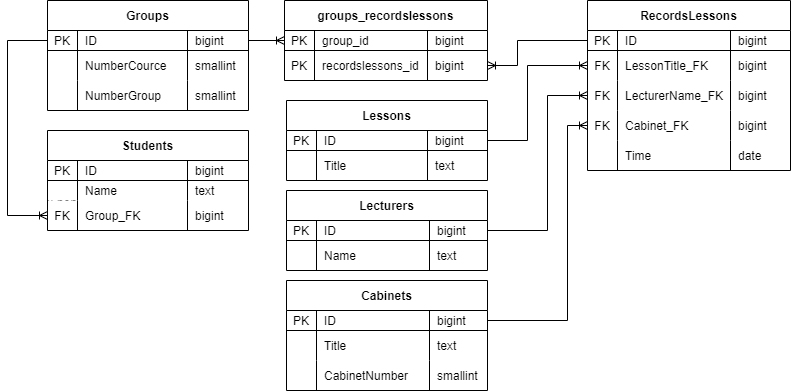
Above: scheme_sql.png in Piratvc/TimetableUniversity_learn (draw.io), before the change. Source tidied: cells renumbered, new cells last; positions are measured from the earlier drawing's top-left corner, leaving out a move shared by most shapes.
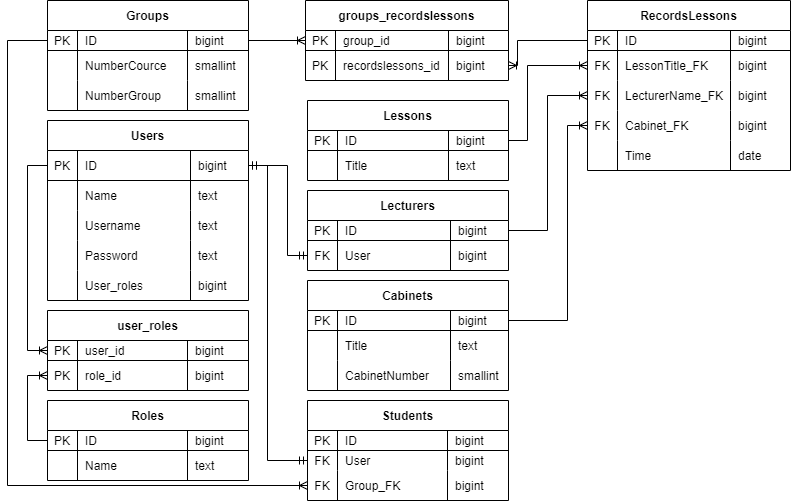
The same diagram one commit later.

Change to the diagram source:
```diff
@@ -3,7 +3,7 @@
     <mxCell id="0" />
     <mxCell id="1" parent="0" />
     <mxCell id="2" value="Students" style="shape=table;startSize=30;rowLines=0;fontStyle=1;align=center;" parent="1" vertex="1">
-      <mxGeometry x="40" y="130" width="201" height="100" as="geometry" />
+      <mxGeometry x="279" y="400" width="201" height="100" as="geometry" />
     </mxCell>
     <mxCell id="3" style="shape=tableRow;horizontal=0;startSize=0;swimlaneHead=0;swimlaneBody=0;fillColor=none;top=0;left=0;right=0;bottom=1;" parent="2" vertex="1">
       <mxGeometry y="30" width="201" height="20" as="geometry" />
@@ -20,13 +20,13 @@
     <mxCell id="7" style="shape=tableRow;horizontal=0;startSize=0;swimlaneHead=0;swimlaneBody=0;fillColor=none;points=[[0,0.5],[1,0.5]];portConstraint=eastwest;top=0;left=0;right=0;bottom=0;" parent="2" vertex="1">
       <mxGeometry y="50" width="201" height="20" as="geometry" />
     </mxCell>
-    <mxCell id="8" value="&#10;&lt;span style=&quot;color: rgb(0, 0, 0); font-family: Helvetica; font-size: 12px; font-style: normal; font-variant-ligatures: normal; font-variant-caps: normal; font-weight: 400; letter-spacing: normal; orphans: 2; text-align: left; text-indent: 0px; text-transform: none; widows: 2; word-spacing: 0px; -webkit-text-stroke-width: 0px; background-color: rgb(248, 249, 250); text-decoration-thickness: initial; text-decoration-style: initial; text-decoration-color: initial; float: none; display: inline !important;&quot;&gt;text&lt;/span&gt;&#10;&#10;" style="shape=partialRectangle;fillColor=none;top=0;left=0;bottom=0;right=0;overflow=hidden;" parent="7" vertex="1">
+    <mxCell id="8" value="FK" style="shape=partialRectangle;fillColor=none;top=0;left=0;bottom=0;right=0;overflow=hidden;" parent="7" vertex="1">
       <mxGeometry width="30" height="20" as="geometry" />
     </mxCell>
-    <mxCell id="9" value="Name" style="shape=partialRectangle;fillColor=none;top=0;left=0;bottom=0;right=0;align=left;spacingLeft=6;overflow=hidden;" parent="7" vertex="1">
+    <mxCell id="9" value="User" style="shape=partialRectangle;fillColor=none;top=0;left=0;bottom=0;right=0;align=left;spacingLeft=6;overflow=hidden;" parent="7" vertex="1">
       <mxGeometry x="30" width="110" height="20" as="geometry" />
     </mxCell>
-    <mxCell id="10" value="text" style="shape=partialRectangle;fillColor=none;top=0;left=0;bottom=0;right=0;align=left;spacingLeft=6;overflow=hidden;" parent="7" vertex="1">
+    <mxCell id="10" value="bigint" style="shape=partialRectangle;fillColor=none;top=0;left=0;bottom=0;right=0;align=left;spacingLeft=6;overflow=hidden;" parent="7" vertex="1">
       <mxGeometry x="140" width="61" height="20" as="geometry" />
     </mxCell>
     <mxCell id="11" style="shape=tableRow;horizontal=0;startSize=0;swimlaneHead=0;swimlaneBody=0;fillColor=none;points=[[0,0.5],[1,0.5]];portConstraint=eastwest;top=0;left=0;right=0;bottom=0;" parent="2" vertex="1">
@@ -59,13 +59,13 @@
     <mxCell id="20" style="shape=tableRow;horizontal=0;startSize=0;swimlaneHead=0;swimlaneBody=0;fillColor=none;points=[[0,0.5],[1,0.5]];portConstraint=eastwest;top=0;left=0;right=0;bottom=0;strokeColor=default;" parent="15" vertex="1">
       <mxGeometry y="50" width="201" height="30" as="geometry" />
     </mxCell>
-    <mxCell id="21" style="shape=partialRectangle;fillColor=none;top=0;left=0;bottom=0;right=0;overflow=hidden;strokeColor=default;" parent="20" vertex="1">
+    <mxCell id="21" value="FK" style="shape=partialRectangle;fillColor=none;top=0;left=0;bottom=0;right=0;overflow=hidden;strokeColor=default;" parent="20" vertex="1">
       <mxGeometry width="30" height="30" as="geometry" />
     </mxCell>
-    <mxCell id="22" value="Name" style="shape=partialRectangle;fillColor=none;top=0;left=0;bottom=0;right=0;align=left;spacingLeft=6;overflow=hidden;strokeColor=default;" parent="20" vertex="1">
+    <mxCell id="22" value="User" style="shape=partialRectangle;fillColor=none;top=0;left=0;bottom=0;right=0;align=left;spacingLeft=6;overflow=hidden;strokeColor=default;" parent="20" vertex="1">
       <mxGeometry x="30" width="113" height="30" as="geometry" />
     </mxCell>
-    <mxCell id="23" value="text" style="shape=partialRectangle;fillColor=none;top=0;left=0;bottom=0;right=0;align=left;spacingLeft=6;overflow=hidden;strokeColor=default;" parent="20" vertex="1">
+    <mxCell id="23" value="bigint" style="shape=partialRectangle;fillColor=none;top=0;left=0;bottom=0;right=0;align=left;spacingLeft=6;overflow=hidden;strokeColor=default;" parent="20" vertex="1">
       <mxGeometry x="143" width="58" height="30" as="geometry" />
     </mxCell>
     <mxCell id="24" value="Lessons" style="shape=table;startSize=30;rowLines=0;fontStyle=1;align=center;strokeColor=default;" parent="1" vertex="1">
@@ -96,7 +96,7 @@
       <mxGeometry x="141" width="60" height="30" as="geometry" />
     </mxCell>
     <mxCell id="33" value="RecordsLessons" style="shape=table;startSize=30;rowLines=0;fontStyle=1;align=center;strokeColor=default;" parent="1" vertex="1">
-      <mxGeometry x="580" width="203" height="170" as="geometry" />
+      <mxGeometry x="559" width="203" height="170" as="geometry" />
     </mxCell>
     <mxCell id="34" style="shape=tableRow;horizontal=0;startSize=0;swimlaneHead=0;swimlaneBody=0;fillColor=none;points=[[0,0.5],[1,0.5]];portConstraint=eastwest;top=0;left=0;right=0;bottom=1;strokeColor=default;" parent="33" vertex="1">
       <mxGeometry y="30" width="203" height="20" as="geometry" />
@@ -159,7 +159,7 @@
       <mxGeometry x="143" width="60" height="30" as="geometry" />
     </mxCell>
     <mxCell id="54" value="Groups" style="shape=table;startSize=30;rowLines=0;fontStyle=1;align=center;" parent="1" vertex="1">
-      <mxGeometry x="40" width="201" height="110" as="geometry" />
+      <mxGeometry x="19" width="201" height="110" as="geometry" />
     </mxCell>
     <mxCell id="55" style="shape=tableRow;horizontal=0;startSize=0;swimlaneHead=0;swimlaneBody=0;fillColor=none;points=[[0,0.5],[1,0.5]];portConstraint=eastwest;top=0;left=0;right=0;bottom=1;" parent="54" vertex="1">
       <mxGeometry y="30" width="201" height="20" as="geometry" />
@@ -236,10 +236,10 @@
     <mxCell id="79" value="smallint" style="shape=partialRectangle;fillColor=none;top=0;left=0;bottom=0;right=0;align=left;spacingLeft=6;overflow=hidden;" parent="76" vertex="1">
       <mxGeometry x="143" width="58" height="30" as="geometry" />
     </mxCell>
-    <mxCell id="80" style="edgeStyle=elbowEdgeStyle;fontSize=12;html=1;endArrow=ERoneToMany;rounded=0;entryX=0;entryY=0.5;entryDx=0;entryDy=0;exitX=0;exitY=0.5;exitDx=0;exitDy=0;elbow=vertical;" parent="1" edge="1" source="55" target="11">
+    <mxCell id="80" style="fontSize=12;html=1;endArrow=ERoneToMany;rounded=0;entryX=0;entryY=0.5;entryDx=0;entryDy=0;exitX=0;exitY=0.5;exitDx=0;exitDy=0;edgeStyle=elbowEdgeStyle;" parent="1" edge="1" source="55" target="11">
       <mxGeometry relative="1" as="geometry">
         <Array as="points">
-          <mxPoint y="150" />
+          <mxPoint x="-21" y="220" />
         </Array>
       </mxGeometry>
     </mxCell>
@@ -273,34 +273,182 @@
     <mxCell id="90" style="fontSize=12;html=1;endArrow=ERoneToMany;rounded=0;entryX=0;entryY=0.5;entryDx=0;entryDy=0;exitX=1;exitY=0.5;exitDx=0;exitDy=0;edgeStyle=elbowEdgeStyle;" parent="1" edge="1" source="25" target="38">
       <mxGeometry relative="1" as="geometry">
         <Array as="points">
-          <mxPoint x="520" y="100" />
+          <mxPoint x="499" y="100" />
         </Array>
       </mxGeometry>
     </mxCell>
     <mxCell id="91" style="fontSize=12;html=1;endArrow=ERoneToMany;rounded=0;entryX=0;entryY=0.5;entryDx=0;entryDy=0;exitX=1;exitY=0.5;exitDx=0;exitDy=0;edgeStyle=elbowEdgeStyle;" parent="1" edge="1" source="16" target="42">
       <mxGeometry relative="1" as="geometry">
         <Array as="points">
-          <mxPoint x="540" y="170" />
+          <mxPoint x="519" y="170" />
         </Array>
       </mxGeometry>
     </mxCell>
-    <mxCell id="92" style="fontSize=12;html=1;endArrow=ERoneToMany;rounded=0;exitX=1;exitY=0.5;exitDx=0;exitDy=0;edgeStyle=elbowEdgeStyle;entryX=0;entryY=0.5;entryDx=0;entryDy=0;" parent="1" edge="1" source="68" target="46">
+    <mxCell id="92" style="fontSize=12;html=1;endArrow=ERoneToMany;rounded=0;edgeStyle=elbowEdgeStyle;entryX=0;entryY=0.5;entryDx=0;entryDy=0;exitX=1;exitY=0.5;exitDx=0;exitDy=0;" parent="1" edge="1" source="68" target="46">
       <mxGeometry relative="1" as="geometry">
         <Array as="points">
-          <mxPoint x="560" y="230" />
+          <mxPoint x="539" y="230" />
         </Array>
       </mxGeometry>
     </mxCell>
     <mxCell id="93" style="fontSize=12;html=1;endArrow=ERoneToMany;rounded=0;exitX=0;exitY=0.5;exitDx=0;exitDy=0;elbow=vertical;edgeStyle=orthogonalEdgeStyle;entryX=1;entryY=0.5;entryDx=0;entryDy=0;" parent="1" edge="1" source="34" target="86">
       <mxGeometry relative="1" as="geometry">
         <Array as="points">
-          <mxPoint x="510" y="40" />
-          <mxPoint x="510" y="65" />
+          <mxPoint x="489" y="40" />
+          <mxPoint x="489" y="65" />
         </Array>
       </mxGeometry>
     </mxCell>
     <mxCell id="94" style="fontSize=12;html=1;endArrow=ERoneToMany;rounded=0;entryX=0;entryY=0.5;entryDx=0;entryDy=0;exitX=1;exitY=0.5;exitDx=0;exitDy=0;elbow=vertical;" parent="1" edge="1" source="55" target="82">
       <mxGeometry relative="1" as="geometry" />
     </mxCell>
+    <mxCell id="95" value="Users" style="shape=table;startSize=30;rowLines=0;fontStyle=1;align=center;strokeColor=default;" parent="1" vertex="1">
+      <mxGeometry x="19" y="120" width="201" height="180" as="geometry" />
+    </mxCell>
+    <mxCell id="96" style="shape=tableRow;horizontal=0;startSize=0;swimlaneHead=0;swimlaneBody=0;fillColor=none;points=[[0,0.5],[1,0.5]];portConstraint=eastwest;top=0;left=0;right=0;bottom=1;strokeColor=default;" parent="95" vertex="1">
+      <mxGeometry y="30" width="201" height="30" as="geometry" />
+    </mxCell>
+    <mxCell id="97" value="PK" style="shape=partialRectangle;fillColor=none;top=0;left=0;bottom=0;right=0;fontStyle=0;overflow=hidden;strokeColor=default;" parent="96" vertex="1">
+      <mxGeometry width="30" height="30" as="geometry" />
+    </mxCell>
+    <mxCell id="98" value="ID" style="shape=partialRectangle;fillColor=none;top=0;left=0;bottom=0;right=0;align=left;spacingLeft=6;fontStyle=0;overflow=hidden;strokeColor=default;" parent="96" vertex="1">
+      <mxGeometry x="30" width="113" height="30" as="geometry" />
+    </mxCell>
+    <mxCell id="99" value="bigint" style="shape=partialRectangle;fillColor=none;top=0;left=0;bottom=0;right=0;align=left;spacingLeft=6;fontStyle=0;overflow=hidden;strokeColor=default;" parent="96" vertex="1">
+      <mxGeometry x="143" width="58" height="30" as="geometry" />
+    </mxCell>
+    <mxCell id="100" style="shape=tableRow;horizontal=0;startSize=0;swimlaneHead=0;swimlaneBody=0;fillColor=none;top=0;left=0;right=0;bottom=0;strokeColor=default;" parent="95" vertex="1">
+      <mxGeometry y="60" width="201" height="30" as="geometry" />
+    </mxCell>
+    <mxCell id="101" style="shape=partialRectangle;fillColor=none;top=0;left=0;bottom=0;right=0;overflow=hidden;strokeColor=default;" parent="100" vertex="1">
+      <mxGeometry width="30" height="30" as="geometry" />
+    </mxCell>
+    <mxCell id="102" value="Name" style="shape=partialRectangle;fillColor=none;top=0;left=0;bottom=0;right=0;align=left;spacingLeft=6;overflow=hidden;strokeColor=default;" parent="100" vertex="1">
+      <mxGeometry x="30" width="113" height="30" as="geometry" />
+    </mxCell>
+    <mxCell id="103" value="text" style="shape=partialRectangle;fillColor=none;top=0;left=0;bottom=0;right=0;align=left;spacingLeft=6;overflow=hidden;strokeColor=default;" parent="100" vertex="1">
+      <mxGeometry x="143" width="58" height="30" as="geometry" />
+    </mxCell>
+    <mxCell id="104" style="shape=tableRow;horizontal=0;startSize=0;swimlaneHead=0;swimlaneBody=0;fillColor=none;top=0;left=0;right=0;bottom=0;strokeColor=default;" parent="95" vertex="1">
+      <mxGeometry y="90" width="201" height="30" as="geometry" />
+    </mxCell>
+    <mxCell id="105" style="shape=partialRectangle;fillColor=none;top=0;left=0;bottom=0;right=0;overflow=hidden;strokeColor=default;" parent="104" vertex="1">
+      <mxGeometry width="30" height="30" as="geometry" />
+    </mxCell>
+    <mxCell id="106" value="Username" style="shape=partialRectangle;fillColor=none;top=0;left=0;bottom=0;right=0;align=left;spacingLeft=6;overflow=hidden;strokeColor=default;" parent="104" vertex="1">
+      <mxGeometry x="30" width="113" height="30" as="geometry" />
+    </mxCell>
+    <mxCell id="107" value="text" style="shape=partialRectangle;fillColor=none;top=0;left=0;bottom=0;right=0;align=left;spacingLeft=6;overflow=hidden;strokeColor=default;" parent="104" vertex="1">
+      <mxGeometry x="143" width="58" height="30" as="geometry" />
+    </mxCell>
+    <mxCell id="108" style="shape=tableRow;horizontal=0;startSize=0;swimlaneHead=0;swimlaneBody=0;fillColor=none;top=0;left=0;right=0;bottom=0;strokeColor=default;" parent="95" vertex="1">
+      <mxGeometry y="120" width="201" height="30" as="geometry" />
+    </mxCell>
+    <mxCell id="109" style="shape=partialRectangle;fillColor=none;top=0;left=0;bottom=0;right=0;overflow=hidden;strokeColor=default;" parent="108" vertex="1">
+      <mxGeometry width="30" height="30" as="geometry" />
+    </mxCell>
+    <mxCell id="110" value="Password" style="shape=partialRectangle;fillColor=none;top=0;left=0;bottom=0;right=0;align=left;spacingLeft=6;overflow=hidden;strokeColor=default;" parent="108" vertex="1">
+      <mxGeometry x="30" width="113" height="30" as="geometry" />
+    </mxCell>
+    <mxCell id="111" value="text" style="shape=partialRectangle;fillColor=none;top=0;left=0;bottom=0;right=0;align=left;spacingLeft=6;overflow=hidden;strokeColor=default;" parent="108" vertex="1">
+      <mxGeometry x="143" width="58" height="30" as="geometry" />
+    </mxCell>
+    <mxCell id="112" style="shape=tableRow;horizontal=0;startSize=0;swimlaneHead=0;swimlaneBody=0;fillColor=none;top=0;left=0;right=0;bottom=0;strokeColor=default;" parent="95" vertex="1">
+      <mxGeometry y="150" width="201" height="30" as="geometry" />
+    </mxCell>
+    <mxCell id="113" style="shape=partialRectangle;fillColor=none;top=0;left=0;bottom=0;right=0;overflow=hidden;strokeColor=default;" parent="112" vertex="1">
+      <mxGeometry width="30" height="30" as="geometry" />
+    </mxCell>
+    <mxCell id="114" value="User_roles" style="shape=partialRectangle;fillColor=none;top=0;left=0;bottom=0;right=0;align=left;spacingLeft=6;overflow=hidden;strokeColor=default;" parent="112" vertex="1">
+      <mxGeometry x="30" width="113" height="30" as="geometry" />
+    </mxCell>
+    <mxCell id="115" value="bigint" style="shape=partialRectangle;fillColor=none;top=0;left=0;bottom=0;right=0;align=left;spacingLeft=6;overflow=hidden;strokeColor=default;" parent="112" vertex="1">
+      <mxGeometry x="143" width="58" height="30" as="geometry" />
+    </mxCell>
+    <mxCell id="116" style="edgeStyle=elbowEdgeStyle;fontSize=12;html=1;endArrow=ERmandOne;startArrow=ERmandOne;rounded=0;strokeColor=default;exitX=1;exitY=0.5;exitDx=0;exitDy=0;entryX=0;entryY=0.5;entryDx=0;entryDy=0;" parent="1" edge="1" source="96" target="20">
+      <mxGeometry relative="1" as="geometry">
+        <Array as="points">
+          <mxPoint x="259" y="220" />
+        </Array>
+      </mxGeometry>
+    </mxCell>
+    <mxCell id="117" style="edgeStyle=elbowEdgeStyle;fontSize=12;html=1;endArrow=ERmandOne;startArrow=ERmandOne;rounded=0;strokeColor=default;exitX=1;exitY=0.5;exitDx=0;exitDy=0;entryX=0;entryY=0.5;entryDx=0;entryDy=0;" parent="1" edge="1" source="96" target="7">
+      <mxGeometry relative="1" as="geometry">
+        <Array as="points">
+          <mxPoint x="239" y="350" />
+        </Array>
+      </mxGeometry>
+    </mxCell>
+    <mxCell id="118" style="edgeStyle=elbowEdgeStyle;rounded=0;orthogonalLoop=1;jettySize=auto;html=1;exitX=0.75;exitY=0;exitDx=0;exitDy=0;strokeColor=default;" parent="1" edge="1" source="2" target="2">
+      <mxGeometry relative="1" as="geometry" />
+    </mxCell>
+    <mxCell id="119" value="Roles" style="shape=table;startSize=30;rowLines=0;fontStyle=1;align=center;" parent="1" vertex="1">
+      <mxGeometry x="19" y="400" width="201" height="80" as="geometry" />
+    </mxCell>
+    <mxCell id="120" style="shape=tableRow;horizontal=0;startSize=0;swimlaneHead=0;swimlaneBody=0;fillColor=none;points=[[0,0.5],[1,0.5]];portConstraint=eastwest;top=0;left=0;right=0;bottom=1;" parent="119" vertex="1">
+      <mxGeometry y="30" width="201" height="20" as="geometry" />
+    </mxCell>
+    <mxCell id="121" value="PK" style="shape=partialRectangle;fillColor=none;top=0;left=0;bottom=0;right=0;fontStyle=0;overflow=hidden;" parent="120" vertex="1">
+      <mxGeometry width="30" height="20" as="geometry" />
+    </mxCell>
+    <mxCell id="122" value="ID" style="shape=partialRectangle;fillColor=none;top=0;left=0;bottom=0;right=0;align=left;spacingLeft=6;fontStyle=0;overflow=hidden;strokeColor=default;" parent="120" vertex="1">
+      <mxGeometry x="30" width="110" height="20" as="geometry" />
+    </mxCell>
+    <mxCell id="123" value="bigint" style="shape=partialRectangle;fillColor=none;top=0;left=0;bottom=0;right=0;align=left;spacingLeft=6;fontStyle=0;overflow=hidden;strokeColor=default;" parent="120" vertex="1">
+      <mxGeometry x="140" width="61" height="20" as="geometry" />
+    </mxCell>
+    <mxCell id="124" style="shape=tableRow;horizontal=0;startSize=0;swimlaneHead=0;swimlaneBody=0;fillColor=none;top=0;left=0;right=0;bottom=0;" parent="119" vertex="1">
+      <mxGeometry y="50" width="201" height="30" as="geometry" />
+    </mxCell>
+    <mxCell id="125" style="shape=partialRectangle;fillColor=none;top=0;left=0;bottom=0;right=0;overflow=hidden;" parent="124" vertex="1">
+      <mxGeometry width="30" height="30" as="geometry" />
+    </mxCell>
+    <mxCell id="126" value="Name" style="shape=partialRectangle;fillColor=none;top=0;left=0;bottom=0;right=0;align=left;spacingLeft=6;overflow=hidden;" parent="124" vertex="1">
+      <mxGeometry x="30" width="110" height="30" as="geometry" />
+    </mxCell>
+    <mxCell id="127" value="text" style="shape=partialRectangle;fillColor=none;top=0;left=0;bottom=0;right=0;align=left;spacingLeft=6;overflow=hidden;" parent="124" vertex="1">
+      <mxGeometry x="140" width="61" height="30" as="geometry" />
+    </mxCell>
+    <mxCell id="128" value="user_roles" style="shape=table;startSize=30;rowLines=0;fontStyle=1;align=center;" parent="1" vertex="1">
+      <mxGeometry x="19" y="310" width="201" height="80" as="geometry" />
+    </mxCell>
+    <mxCell id="129" style="shape=tableRow;horizontal=0;startSize=0;swimlaneHead=0;swimlaneBody=0;fillColor=none;points=[[0,0.5],[1,0.5]];portConstraint=eastwest;top=0;left=0;right=0;bottom=1;" parent="128" vertex="1">
+      <mxGeometry y="30" width="201" height="20" as="geometry" />
+    </mxCell>
+    <mxCell id="130" value="PK" style="shape=partialRectangle;fillColor=none;top=0;left=0;bottom=0;right=0;fontStyle=0;overflow=hidden;" parent="129" vertex="1">
+      <mxGeometry width="30" height="20" as="geometry" />
+    </mxCell>
+    <mxCell id="131" value="user_id" style="shape=partialRectangle;fillColor=none;top=0;left=0;bottom=0;right=0;align=left;spacingLeft=6;fontStyle=0;overflow=hidden;strokeColor=default;" parent="129" vertex="1">
+      <mxGeometry x="30" width="110" height="20" as="geometry" />
+    </mxCell>
+    <mxCell id="132" value="bigint" style="shape=partialRectangle;fillColor=none;top=0;left=0;bottom=0;right=0;align=left;spacingLeft=6;fontStyle=0;overflow=hidden;strokeColor=default;" parent="129" vertex="1">
+      <mxGeometry x="140" width="61" height="20" as="geometry" />
+    </mxCell>
+    <mxCell id="133" style="shape=tableRow;horizontal=0;startSize=0;swimlaneHead=0;swimlaneBody=0;fillColor=none;points=[[0,0.5],[1,0.5]];portConstraint=eastwest;top=0;left=0;right=0;bottom=0;" parent="128" vertex="1">
+      <mxGeometry y="50" width="201" height="30" as="geometry" />
+    </mxCell>
+    <mxCell id="134" value="PK" style="shape=partialRectangle;fillColor=none;top=0;left=0;bottom=0;right=0;overflow=hidden;" parent="133" vertex="1">
+      <mxGeometry width="30" height="30" as="geometry" />
+    </mxCell>
+    <mxCell id="135" value="role_id" style="shape=partialRectangle;fillColor=none;top=0;left=0;bottom=0;right=0;align=left;spacingLeft=6;overflow=hidden;" parent="133" vertex="1">
+      <mxGeometry x="30" width="110" height="30" as="geometry" />
+    </mxCell>
+    <mxCell id="136" value="bigint" style="shape=partialRectangle;fillColor=none;top=0;left=0;bottom=0;right=0;align=left;spacingLeft=6;overflow=hidden;" parent="133" vertex="1">
+      <mxGeometry x="140" width="61" height="30" as="geometry" />
+    </mxCell>
+    <mxCell id="137" style="fontSize=12;html=1;endArrow=ERoneToMany;rounded=0;exitX=0;exitY=0.5;exitDx=0;exitDy=0;entryX=0;entryY=0.5;entryDx=0;entryDy=0;edgeStyle=elbowEdgeStyle;" parent="1" edge="1" source="96" target="129">
+      <mxGeometry relative="1" as="geometry">
+        <Array as="points">
+          <mxPoint x="-1" y="260" />
+        </Array>
+      </mxGeometry>
+    </mxCell>
+    <mxCell id="138" style="fontSize=12;html=1;endArrow=ERoneToMany;rounded=0;entryX=0;entryY=0.5;entryDx=0;entryDy=0;exitX=0;exitY=0.5;exitDx=0;exitDy=0;edgeStyle=elbowEdgeStyle;" parent="1" edge="1" source="120" target="133">
+      <mxGeometry relative="1" as="geometry">
+        <Array as="points">
+          <mxPoint x="-1" y="408" />
+        </Array>
+      </mxGeometry>
+    </mxCell>
   </root>
 </mxGraphModel>
```
